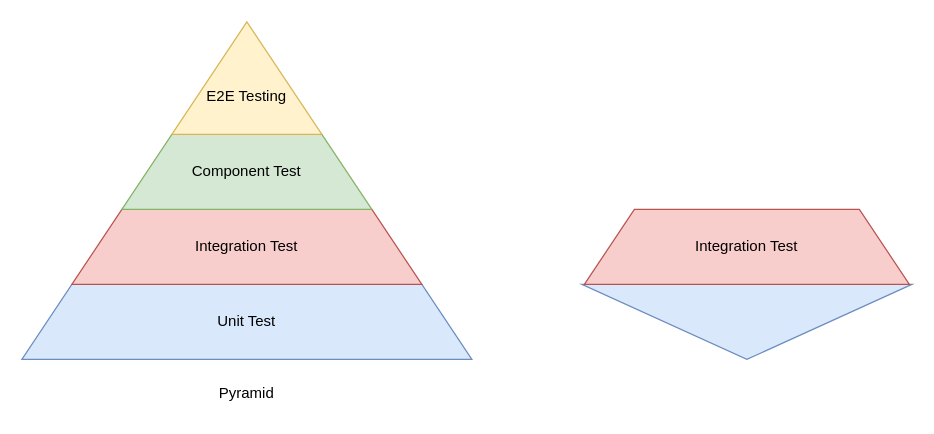
Above: page "Page-6" (6 of 6) of images/microservice-testing.drawio in josdoaitran/microservices-everything (draw.io), before the change. Source tidied: cells renumbered, new cells numbered last; positions are measured from the earlier drawing's top-left corner, leaving out a move shared by most shapes. Both pictures are drawn from the tidied source at 125%, with x=0, y=0 at pixel (21, 2).
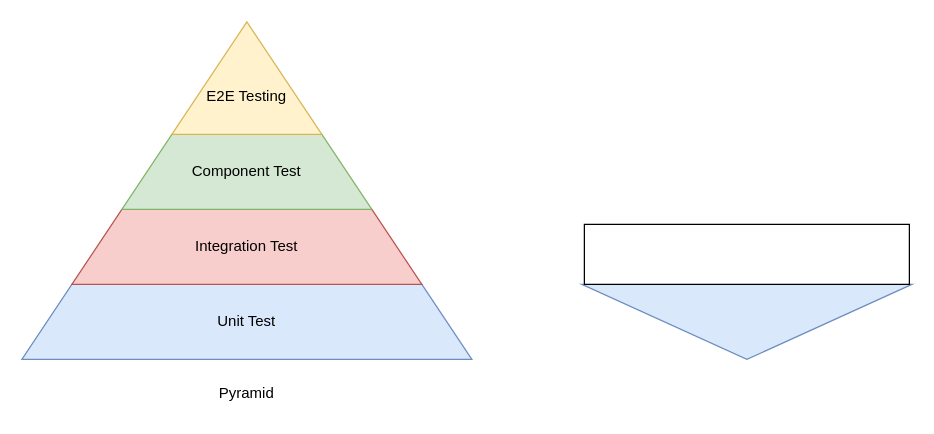
The same page after the edit.

Diff of the diagram source:
```diff
@@
 <mxGraphModel>
   <root>
     <mxCell id="0" />
     <mxCell id="1" parent="0" />
     <mxCell id="2" value="Unit Test" style="shape=trapezoid;perimeter=trapezoidPerimeter;whiteSpace=wrap;html=1;fixedSize=1;fillColor=#dae8fc;strokeColor=#6c8ebf;size=40;" parent="1" vertex="1">
       <mxGeometry y="225" width="360" height="60" as="geometry" />
     </mxCell>
     <mxCell id="3" value="Integration Test" style="shape=trapezoid;perimeter=trapezoidPerimeter;whiteSpace=wrap;html=1;fixedSize=1;fillColor=#f8cecc;strokeColor=#b85450;size=40;" parent="1" vertex="1">
       <mxGeometry x="40" y="165" width="280" height="60" as="geometry" />
     </mxCell>
     <mxCell id="4" value="Component Test" style="shape=trapezoid;perimeter=trapezoidPerimeter;whiteSpace=wrap;html=1;fixedSize=1;fillColor=#d5e8d4;strokeColor=#82b366;size=40;" parent="1" vertex="1">
       <mxGeometry x="80" y="105" width="200" height="60" as="geometry" />
     </mxCell>
     <mxCell id="5" style="triangle;whiteSpace=wrap;html=1;rotation=-90;fillColor=#fff2cc;strokeColor=#d6b656;" parent="1" vertex="1">
       <mxGeometry x="135" width="90" height="120" as="geometry" />
     </mxCell>
     <mxCell id="6" value="E2E Testing" style="text;html=1;strokeColor=none;fillColor=none;align=center;verticalAlign=middle;whiteSpace=wrap;rounded=0;" parent="1" vertex="1">
       <mxGeometry x="140" y="65" width="80" height="20" as="geometry" />
     </mxCell>
     <mxCell id="7" value="Pyramid" style="text;html=1;strokeColor=none;fillColor=none;align=center;verticalAlign=middle;whiteSpace=wrap;rounded=0;" parent="1" vertex="1">
       <mxGeometry x="150" y="297" width="60" height="30" as="geometry" />
     </mxCell>
     <mxCell id="8" style="triangle;whiteSpace=wrap;html=1;rotation=90;fillColor=#dae8fc;strokeColor=#6c8ebf;" parent="1" vertex="1">
       <mxGeometry x="550" y="123" width="60" height="264" as="geometry" />
     </mxCell>
-    <mxCell id="9" value="Integration Test" style="shape=trapezoid;perimeter=trapezoidPerimeter;whiteSpace=wrap;html=1;fixedSize=1;fillColor=#f8cecc;strokeColor=#b85450;size=40;" parent="1" vertex="1">
-      <mxGeometry x="450" y="165" width="260" height="60" as="geometry" />
-    </mxCell>
+    <mxCell id="10" style="rounded=0;whiteSpace=wrap;html=1;" parent="1" vertex="1">
+      <mxGeometry x="450" y="177" width="260" height="48" as="geometry" />
+    </mxCell>
   </root>
 </mxGraphModel>
```
